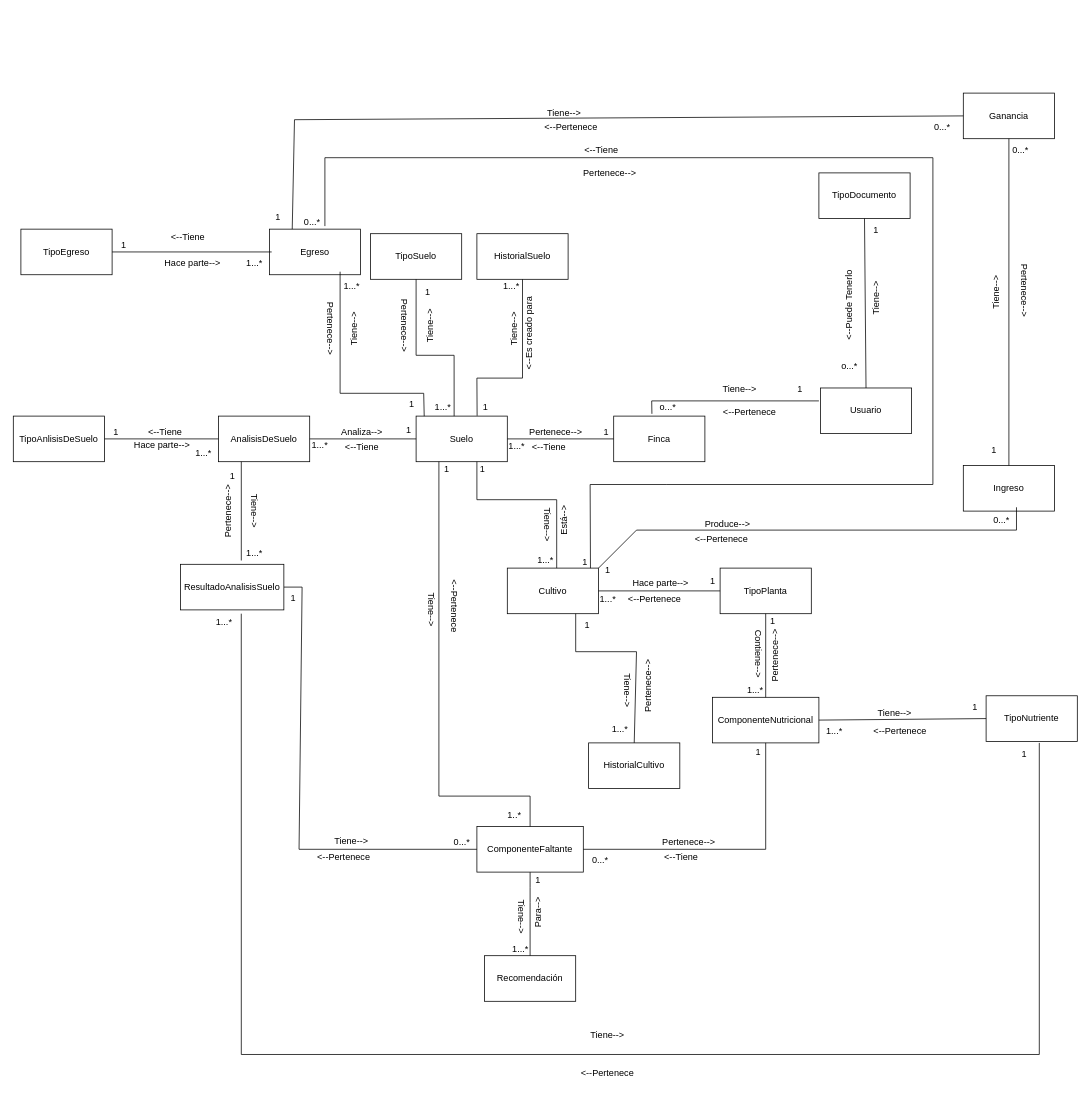
Above: CropScan.drawio in 1193090526alexander/IngenieriaDeSotwareII (draw.io), before the change. Source tidied: cells renumbered, new cells numbered last; positions are measured from the earlier drawing's top-left corner, leaving out a move shared by most shapes. Both pictures are drawn from the tidied source at 76%, with x=0, y=0 at pixel (13, 93).
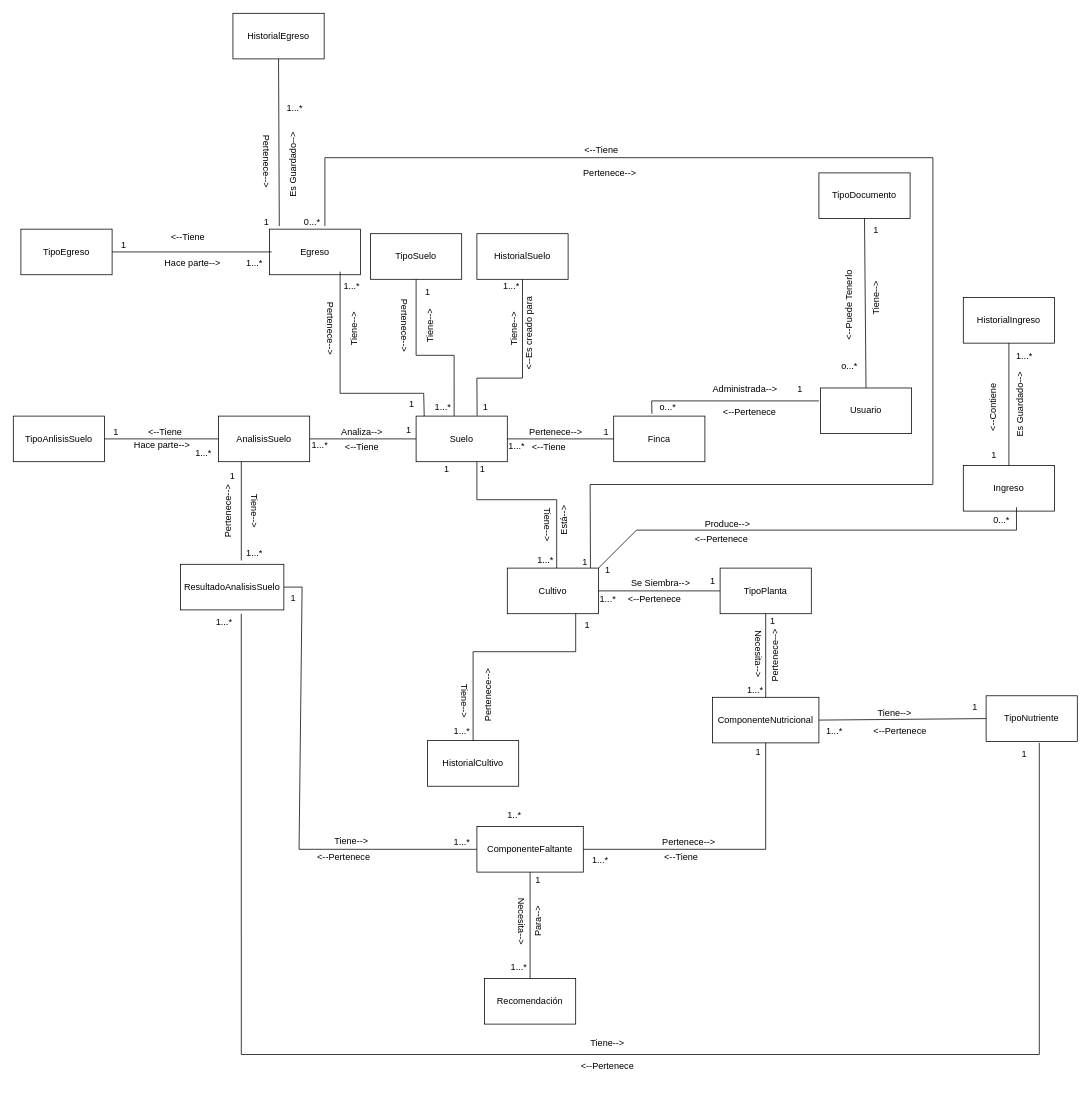
The same page after the edit.

The change refers to these unchanged cells:
```xml
<mxCell id="3" value="Suelo" style="rounded=0;whiteSpace=wrap;html=1;" parent="1" vertex="1">
  <mxGeometry x="530" y="425" width="120" height="60" as="geometry" />
</mxCell>
<mxCell id="16" value="Cultivo" style="rounded=0;whiteSpace=wrap;html=1;" parent="1" vertex="1">
  <mxGeometry x="650" y="625" width="120" height="60" as="geometry" />
</mxCell>
<mxCell id="35" value="Egreso" style="rounded=0;whiteSpace=wrap;html=1;" parent="1" vertex="1">
  <mxGeometry x="337" y="179" width="120" height="60" as="geometry" />
</mxCell>
<mxCell id="64" value="Ingreso" style="rounded=0;whiteSpace=wrap;html=1;" parent="1" vertex="1">
  <mxGeometry x="1250" y="490" width="120" height="60" as="geometry" />
</mxCell>
<mxCell id="77" value="ComponenteFaltante" style="rounded=0;whiteSpace=wrap;html=1;" parent="1" vertex="1">
  <mxGeometry x="610" y="965" width="140" height="60" as="geometry" />
</mxCell>
```

Change to the diagram source:
```diff
@@
-    <mxCell id="2" value="AnalisisDeSuelo" style="rounded=0;whiteSpace=wrap;html=1;" parent="1" vertex="1">
+    <mxCell id="2" value="AnalisisSuelo" style="rounded=0;whiteSpace=wrap;html=1;" parent="1" vertex="1">
       <mxGeometry x="270" y="425" width="120" height="60" as="geometry" />
     </mxCell>
@@
-    <mxCell id="14" value="Tiene--&amp;gt;" style="text;html=1;strokeColor=none;fillColor=none;align=center;verticalAlign=middle;whiteSpace=wrap;rounded=0;rotation=0;" parent="1" vertex="1">
-      <mxGeometry x="916" y="375" width="80" height="30" as="geometry" />
+    <mxCell id="14" value="Administrada--&amp;gt;" style="text;html=1;strokeColor=none;fillColor=none;align=center;verticalAlign=middle;whiteSpace=wrap;rounded=0;rotation=0;" parent="1" vertex="1">
+      <mxGeometry x="916" y="375" width="94" height="30" as="geometry" />
     </mxCell>
     <mxCell id="15" value="Recomendación" style="rounded=0;whiteSpace=wrap;html=1;" parent="1" vertex="1">
-      <mxGeometry x="620" y="1135" width="120" height="60" as="geometry" />
+      <mxGeometry x="620" y="1165" width="120" height="60" as="geometry" />
     </mxCell>
@@
-    <mxCell id="22" value="TipoAnlisisDeSuelo" style="rounded=0;whiteSpace=wrap;html=1;" parent="1" vertex="1">
+    <mxCell id="22" value="TipoAnlisisSuelo" style="rounded=0;whiteSpace=wrap;html=1;" parent="1" vertex="1">
       <mxGeometry y="425" width="120" height="60" as="geometry" />
     </mxCell>
@@
-    <mxCell id="28" value="Tiene--&amp;gt;" style="text;html=1;strokeColor=none;fillColor=none;align=center;verticalAlign=middle;whiteSpace=wrap;rounded=0;rotation=90;" parent="1" vertex="1">
-      <mxGeometry x="639" y="1069" width="60" height="30" as="geometry" />
+    <mxCell id="28" value="Necesita--&amp;gt;" style="text;html=1;strokeColor=none;fillColor=none;align=center;verticalAlign=middle;whiteSpace=wrap;rounded=0;rotation=90;" parent="1" vertex="1">
+      <mxGeometry x="633.5" y="1074.5" width="71" height="30" as="geometry" />
     </mxCell>
     <mxCell id="29" value="Para--&amp;gt;" style="text;html=1;strokeColor=none;fillColor=none;align=center;verticalAlign=middle;whiteSpace=wrap;rounded=0;rotation=270;" parent="1" vertex="1">
-      <mxGeometry x="651" y="1063" width="80" height="30" as="geometry" />
+      <mxGeometry x="650" y="1074.5" width="80" height="30" as="geometry" />
     </mxCell>
@@
-    <mxCell id="34" value="Hace parte--&amp;gt;" style="text;html=1;strokeColor=none;fillColor=none;align=center;verticalAlign=middle;whiteSpace=wrap;rounded=0;" parent="1" vertex="1">
+    <mxCell id="34" value="Se Siembra--&amp;gt;" style="text;html=1;strokeColor=none;fillColor=none;align=center;verticalAlign=middle;whiteSpace=wrap;rounded=0;" parent="1" vertex="1">
       <mxGeometry x="812" y="630" width="80" height="30" as="geometry" />
     </mxCell>
@@
-    <mxCell id="38" value="Contiene--&amp;gt;" style="text;html=1;strokeColor=none;fillColor=none;align=center;verticalAlign=middle;whiteSpace=wrap;rounded=0;rotation=90;" parent="1" vertex="1">
+    <mxCell id="38" value="Necesita--&amp;gt;" style="text;html=1;strokeColor=none;fillColor=none;align=center;verticalAlign=middle;whiteSpace=wrap;rounded=0;rotation=90;" parent="1" vertex="1">
       <mxGeometry x="945" y="723" width="70" height="30" as="geometry" />
     </mxCell>
@@
     <mxCell id="53" value="1...*" style="text;html=1;align=center;verticalAlign=middle;strokeColor=none;fillColor=none;" parent="1" vertex="1">
-      <mxGeometry x="647" y="1112" width="40" height="30" as="geometry" />
+      <mxGeometry x="645" y="1135" width="40" height="30" as="geometry" />
     </mxCell>
@@
-    <mxCell id="63" value="Tiene--&amp;gt;" style="text;html=1;strokeColor=none;fillColor=none;align=center;verticalAlign=middle;whiteSpace=wrap;rounded=0;rotation=270;" parent="1" vertex="1">
-      <mxGeometry x="1260" y="255" width="67" height="14" as="geometry" />
-    </mxCell>
@@
-    <mxCell id="69" value="Ganancia" style="rounded=0;whiteSpace=wrap;html=1;" parent="1" vertex="1">
-      <mxGeometry x="1250" width="120" height="60" as="geometry" />
-    </mxCell>
@@
-    <mxCell id="71" style="endArrow=none;html=1;rounded=0;entryX=0.5;entryY=1;entryDx=0;entryDy=0;exitX=0.5;exitY=0;exitDx=0;exitDy=0;" parent="1" edge="1" source="64" target="69">
-      <mxGeometry relative="1" as="geometry" />
-    </mxCell>
-    <mxCell id="72" style="endArrow=none;html=1;rounded=0;entryX=0;entryY=0.5;entryDx=0;entryDy=0;exitX=0.25;exitY=0;exitDx=0;exitDy=0;" parent="1" edge="1" source="35" target="69">
-      <mxGeometry relative="1" as="geometry">
-        <Array as="points">
-          <mxPoint x="370" y="35" />
-        </Array>
-      </mxGeometry>
-    </mxCell>
-    <mxCell id="73" value="0...*" style="text;html=1;align=center;verticalAlign=middle;strokeColor=none;fillColor=none;" parent="1" vertex="1">
-      <mxGeometry x="1305" y="60" width="40" height="30" as="geometry" />
-    </mxCell>
-    <mxCell id="74" value="1" style="text;html=1;align=center;verticalAlign=middle;strokeColor=none;fillColor=none;" parent="1" vertex="1">
-      <mxGeometry x="1275" y="455" width="30" height="30" as="geometry" />
-    </mxCell>
-    <mxCell id="75" value="Tiene--&amp;gt;" style="text;html=1;strokeColor=none;fillColor=none;align=center;verticalAlign=middle;whiteSpace=wrap;rounded=0;" parent="1" vertex="1">
-      <mxGeometry x="695" y="12" width="60" height="30" as="geometry" />
-    </mxCell>
-    <mxCell id="76" value="0...*" style="text;html=1;align=center;verticalAlign=middle;strokeColor=none;fillColor=none;" parent="1" vertex="1">
-      <mxGeometry x="1202" y="30" width="40" height="30" as="geometry" />
-    </mxCell>
@@
-    <mxCell id="86" value="0...*" style="text;html=1;align=center;verticalAlign=middle;strokeColor=none;fillColor=none;" parent="1" vertex="1">
+    <mxCell id="86" value="1...*" style="text;html=1;align=center;verticalAlign=middle;strokeColor=none;fillColor=none;" parent="1" vertex="1">
       <mxGeometry x="752" y="995" width="40" height="30" as="geometry" />
     </mxCell>
-    <mxCell id="87" style="endArrow=none;html=1;rounded=0;entryX=0.25;entryY=1;entryDx=0;entryDy=0;exitX=0.5;exitY=0;exitDx=0;exitDy=0;" parent="1" edge="1" source="77" target="3">
-      <mxGeometry relative="1" as="geometry">
-        <Array as="points">
-          <mxPoint x="680" y="925" />
-          <mxPoint x="560" y="925" />
-        </Array>
-      </mxGeometry>
-    </mxCell>
-    <mxCell id="88" value="Tiene--&amp;gt;" style="text;html=1;strokeColor=none;fillColor=none;align=center;verticalAlign=middle;whiteSpace=wrap;rounded=0;rotation=90;" parent="1" vertex="1">
-      <mxGeometry x="510" y="665" width="80" height="30" as="geometry" />
-    </mxCell>
@@
     <mxCell id="110" value="HistorialCultivo" style="rounded=0;whiteSpace=wrap;html=1;" parent="1" vertex="1">
-      <mxGeometry x="757" y="855" width="120" height="60" as="geometry" />
+      <mxGeometry x="545" y="852" width="120" height="60" as="geometry" />
     </mxCell>
     <mxCell id="111" style="endArrow=none;html=1;rounded=0;entryX=0.75;entryY=1;entryDx=0;entryDy=0;exitX=0.5;exitY=0;exitDx=0;exitDy=0;" parent="1" edge="1" source="110" target="16">
       <mxGeometry relative="1" as="geometry">
         <Array as="points">
-          <mxPoint x="820" y="735" />
+          <mxPoint x="605" y="735" />
           <mxPoint x="740" y="735" />
         </Array>
       </mxGeometry>
     </mxCell>
     <mxCell id="112" value="Tiene--&amp;gt;" style="text;html=1;strokeColor=none;fillColor=none;align=center;verticalAlign=middle;whiteSpace=wrap;rounded=0;rotation=90;" parent="1" vertex="1">
-      <mxGeometry x="774" y="779" width="67" height="14" as="geometry" />
+      <mxGeometry x="560" y="793" width="67" height="14" as="geometry" />
     </mxCell>
     <mxCell id="113" value="Pertenece--&amp;gt;" style="text;html=1;strokeColor=none;fillColor=none;align=center;verticalAlign=middle;whiteSpace=wrap;rounded=0;rotation=270;" parent="1" vertex="1">
-      <mxGeometry x="795" y="765" width="80" height="30" as="geometry" />
+      <mxGeometry x="585" y="777" width="80" height="30" as="geometry" />
     </mxCell>
@@
     <mxCell id="115" value="1...*" style="text;html=1;align=center;verticalAlign=middle;strokeColor=none;fillColor=none;" parent="1" vertex="1">
-      <mxGeometry x="778" y="822" width="40" height="30" as="geometry" />
+      <mxGeometry x="570" y="825" width="40" height="30" as="geometry" />
     </mxCell>
@@
     <mxCell id="127" value="Tiene--&amp;gt;" style="text;html=1;strokeColor=none;fillColor=none;align=center;verticalAlign=middle;whiteSpace=wrap;rounded=0;rotation=0;" parent="1" vertex="1">
-      <mxGeometry x="742" y="1225" width="80" height="30" as="geometry" />
+      <mxGeometry x="742" y="1235" width="80" height="30" as="geometry" />
     </mxCell>
     <mxCell id="128" value="&amp;lt;--Pertenece" style="text;html=1;strokeColor=none;fillColor=none;align=center;verticalAlign=middle;whiteSpace=wrap;rounded=0;" parent="1" vertex="1">
-      <mxGeometry x="742" y="1275" width="80" height="30" as="geometry" />
+      <mxGeometry x="742" y="1265" width="80" height="30" as="geometry" />
     </mxCell>
@@
-    <mxCell id="137" value="0...*" style="text;html=1;align=center;verticalAlign=middle;strokeColor=none;fillColor=none;" parent="1" vertex="1">
+    <mxCell id="137" value="1...*" style="text;html=1;align=center;verticalAlign=middle;strokeColor=none;fillColor=none;" parent="1" vertex="1">
       <mxGeometry x="570" y="971" width="40" height="30" as="geometry" />
     </mxCell>
-    <mxCell id="138" value="1" style="text;html=1;align=center;verticalAlign=middle;strokeColor=none;fillColor=none;" parent="1" vertex="1">
-      <mxGeometry x="333" y="149" width="30" height="30" as="geometry" />
-    </mxCell>
-    <mxCell id="139" value="&amp;lt;--Pertenece" style="text;html=1;strokeColor=none;fillColor=none;align=center;verticalAlign=middle;whiteSpace=wrap;rounded=0;rotation=90;" parent="1" vertex="1">
-      <mxGeometry x="530" y="660" width="100" height="30" as="geometry" />
-    </mxCell>
-    <mxCell id="140" value="&amp;lt;--Pertenece" style="text;html=1;strokeColor=none;fillColor=none;align=center;verticalAlign=middle;whiteSpace=wrap;rounded=0;" parent="1" vertex="1">
-      <mxGeometry x="694" y="30" width="80" height="30" as="geometry" />
-    </mxCell>
+    <mxCell id="142" value="HistorialEgreso" style="rounded=0;whiteSpace=wrap;html=1;" parent="1" vertex="1">
+      <mxGeometry x="289" y="-105" width="120" height="60" as="geometry" />
+    </mxCell>
+    <mxCell id="143" value="HistorialIngreso" style="rounded=0;whiteSpace=wrap;html=1;" parent="1" vertex="1">
+      <mxGeometry x="1250" y="269" width="120" height="60" as="geometry" />
+    </mxCell>
+    <mxCell id="144" style="endArrow=none;html=1;rounded=0;entryX=0.5;entryY=1;entryDx=0;entryDy=0;exitX=0.5;exitY=0;exitDx=0;exitDy=0;" parent="1" edge="1" source="64" target="143">
+      <mxGeometry relative="1" as="geometry" />
+    </mxCell>
+    <mxCell id="145" style="endArrow=none;html=1;rounded=0;entryX=0.5;entryY=1;entryDx=0;entryDy=0;" parent="1" edge="1" target="142">
+      <mxGeometry relative="1" as="geometry">
+        <mxPoint x="350" y="175" as="sourcePoint" />
+      </mxGeometry>
+    </mxCell>
+    <mxCell id="146" value="Es Guardado--&amp;gt;" style="text;html=1;align=center;verticalAlign=middle;strokeColor=none;fillColor=none;rotation=270;" parent="1" vertex="1">
+      <mxGeometry x="1270" y="395" width="110" height="30" as="geometry" />
+    </mxCell>
+    <mxCell id="147" value="&amp;lt;--Contiene" style="text;html=1;align=center;verticalAlign=middle;strokeColor=none;fillColor=none;rotation=270;" parent="1" vertex="1">
+      <mxGeometry x="1245" y="399" width="90" height="30" as="geometry" />
+    </mxCell>
+    <mxCell id="148" value="Es Guardado--&amp;gt;" style="text;html=1;strokeColor=none;fillColor=none;align=center;verticalAlign=middle;whiteSpace=wrap;rounded=0;rotation=270;" parent="1" vertex="1">
+      <mxGeometry x="324" y="79" width="88" height="30" as="geometry" />
+    </mxCell>
     <mxCell id="141" value="Pertenece--&amp;gt;" style="text;html=1;strokeColor=none;fillColor=none;align=center;verticalAlign=middle;whiteSpace=wrap;rounded=0;rotation=90;" parent="1" vertex="1">
-      <mxGeometry x="1290" y="245" width="80" height="30" as="geometry" />
+      <mxGeometry x="293" y="75" width="80" height="30" as="geometry" />
     </mxCell>
+    <mxCell id="149" value="1" style="text;html=1;align=center;verticalAlign=middle;strokeColor=none;fillColor=none;" parent="1" vertex="1">
+      <mxGeometry x="318" y="155" width="30" height="30" as="geometry" />
+    </mxCell>
+    <mxCell id="150" value="1...*" style="text;html=1;align=center;verticalAlign=middle;strokeColor=none;fillColor=none;" parent="1" vertex="1">
+      <mxGeometry x="350" y="5" width="40" height="30" as="geometry" />
+    </mxCell>
+    <mxCell id="151" value="1...*" style="text;html=1;align=center;verticalAlign=middle;strokeColor=none;fillColor=none;" parent="1" vertex="1">
+      <mxGeometry x="1310" y="331" width="40" height="30" as="geometry" />
+    </mxCell>
+    <mxCell id="152" value="1" style="text;html=1;align=center;verticalAlign=middle;strokeColor=none;fillColor=none;" parent="1" vertex="1">
+      <mxGeometry x="1275" y="462" width="30" height="30" as="geometry" />
+    </mxCell>
```
